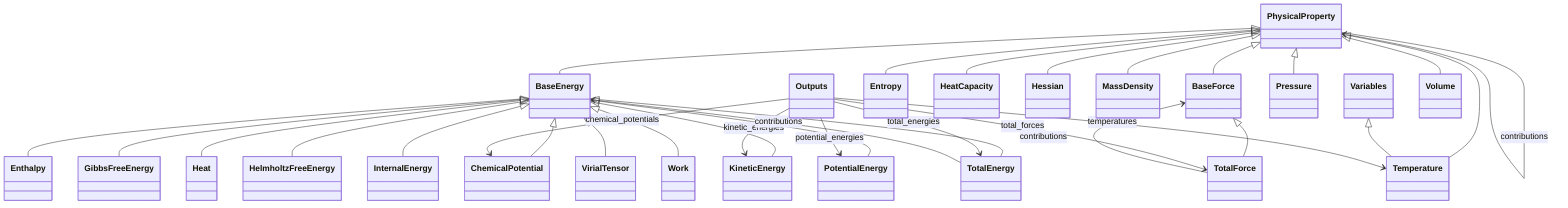
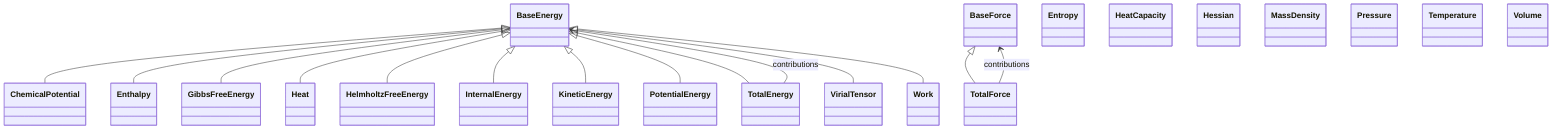
classDiagram
    class BaseEnergy
    class BaseForce
    class ChemicalPotential
    class Enthalpy
    class Entropy
    class GibbsFreeEnergy
    class Heat
    class HeatCapacity
    class HelmholtzFreeEnergy
    class Hessian
    class InternalEnergy
    class KineticEnergy
    class MassDensity
-     class Outputs
-     class PhysicalProperty
    class PotentialEnergy
    class Pressure
    class Temperature
    class TotalEnergy
    class TotalForce
-     class Variables
    class VirialTensor
    class Volume
    class Work
-     PhysicalProperty <|-- BaseEnergy
-     PhysicalProperty <|-- BaseForce
    BaseEnergy <|-- ChemicalPotential
    BaseEnergy <|-- Enthalpy
-     PhysicalProperty <|-- Entropy
    BaseEnergy <|-- GibbsFreeEnergy
    BaseEnergy <|-- Heat
-     PhysicalProperty <|-- HeatCapacity
    BaseEnergy <|-- HelmholtzFreeEnergy
-     PhysicalProperty <|-- Hessian
    BaseEnergy <|-- InternalEnergy
    BaseEnergy <|-- KineticEnergy
-     PhysicalProperty <|-- MassDensity
    BaseEnergy <|-- PotentialEnergy
-     PhysicalProperty <|-- Pressure
-     PhysicalProperty <|-- Temperature
-     Variables <|-- Temperature
    BaseEnergy <|-- TotalEnergy
    BaseForce <|-- TotalForce
    BaseEnergy <|-- VirialTensor
-     PhysicalProperty <|-- Volume
    BaseEnergy <|-- Work
-     Outputs --> ChemicalPotential : chemical_potentials
-     Outputs --> KineticEnergy : kinetic_energies
-     Outputs --> PotentialEnergy : potential_energies
-     Outputs --> Temperature : temperatures
-     Outputs --> TotalEnergy : total_energies
-     Outputs --> TotalForce : total_forces
-     PhysicalProperty --> PhysicalProperty : contributions
    TotalEnergy --> BaseEnergy : contributions
    TotalForce --> BaseForce : contributions
